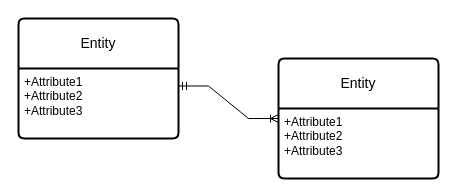
BessH-YearUpUnited/W1_Exercises keeps this draw.io diagram as sample.drawio. Above is the earlier version. Source tidied: cells renumbered, new cells numbered last; positions are measured from the earlier drawing's top-left corner, leaving out a move shared by most shapes. Both pictures are drawn from the tidied source at 100%, with x=0, y=0 at pixel (18, 18).
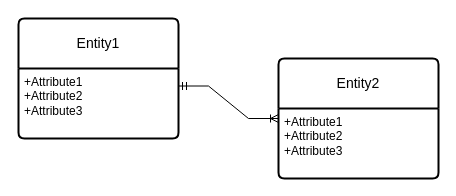
The same diagram, later.

Change to the diagram source:
```diff
@@
 <mxGraphModel>
   <root>
     <mxCell id="0" />
     <mxCell id="1" parent="0" />
-    <mxCell id="2" value="Entity" style="swimlane;horizontal=1;startSize=50;rounded=1;fontSize=14;fontStyle=0;strokeWidth=2;shadow=0;dashed=0;align=center;arcSize=4;whiteSpace=wrap;html=1;" parent="1" vertex="1">
+    <mxCell id="2" value="Entity2" style="swimlane;horizontal=1;startSize=50;rounded=1;fontSize=14;fontStyle=0;strokeWidth=2;shadow=0;dashed=0;align=center;arcSize=4;whiteSpace=wrap;html=1;" parent="1" vertex="1">
       <mxGeometry x="260" y="40" width="160" height="120" as="geometry" />
     </mxCell>
     <mxCell id="3" value="+Attribute1&#10;+Attribute2&#10;+Attribute3" style="align=left;strokeColor=none;fillColor=none;spacingLeft=4;fontSize=12;verticalAlign=top;html=1;" parent="2" vertex="1">
       <mxGeometry y="50" width="160" height="70" as="geometry" />
     </mxCell>
-    <mxCell id="4" value="Entity" style="swimlane;horizontal=1;startSize=50;rounded=1;fontSize=14;fontStyle=0;strokeWidth=2;shadow=0;dashed=0;align=center;arcSize=4;whiteSpace=wrap;html=1;" parent="1" vertex="1">
+    <mxCell id="4" value="Entity1" style="swimlane;horizontal=1;startSize=50;rounded=1;fontSize=14;fontStyle=0;strokeWidth=2;shadow=0;dashed=0;align=center;arcSize=4;whiteSpace=wrap;html=1;" parent="1" vertex="1">
       <mxGeometry width="160" height="120" as="geometry" />
     </mxCell>
     <mxCell id="5" value="+Attribute1&#10;+Attribute2&#10;+Attribute3" style="align=left;strokeColor=none;fillColor=none;spacingLeft=4;fontSize=12;verticalAlign=top;html=1;" parent="4" vertex="1">
       <mxGeometry y="50" width="160" height="70" as="geometry" />
     </mxCell>
     <mxCell id="6" style="edgeStyle=entityRelationEdgeStyle;fontSize=12;html=1;endArrow=ERoneToMany;startArrow=ERmandOne;rounded=0;exitX=1;exitY=0.25;exitDx=0;exitDy=0;entryX=0;entryY=0.5;entryDx=0;entryDy=0;" parent="1" edge="1" source="5" target="2">
       <mxGeometry relative="1" as="geometry" />
     </mxCell>
   </root>
 </mxGraphModel>
```
